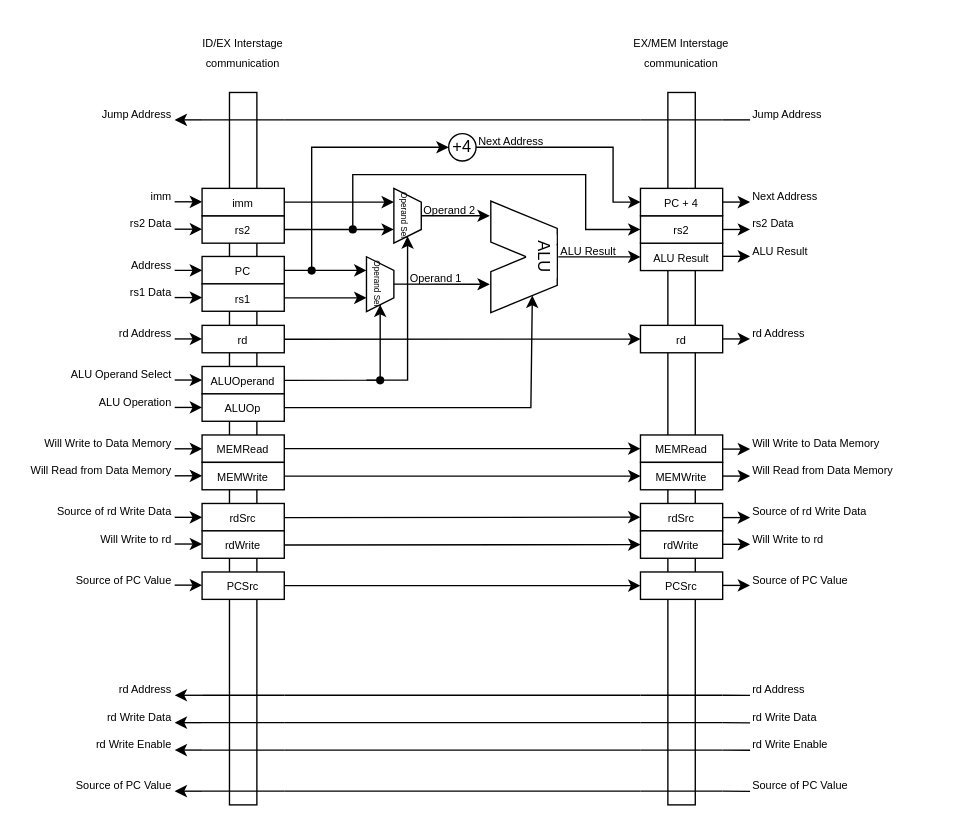
Earlier version of the draw.io diagram page "Execute stage" (4 of 6) of docs/imgs/microarchitecture/datapath.drawio (WachirawichN/C0-CPU). Source tidied: cells renumbered, new cells numbered last; positions are measured from the earlier drawing's top-left corner, leaving out a move shared by most shapes. Both pictures are drawn from the tidied source at 137%, with x=0, y=0 at pixel (23, 23).
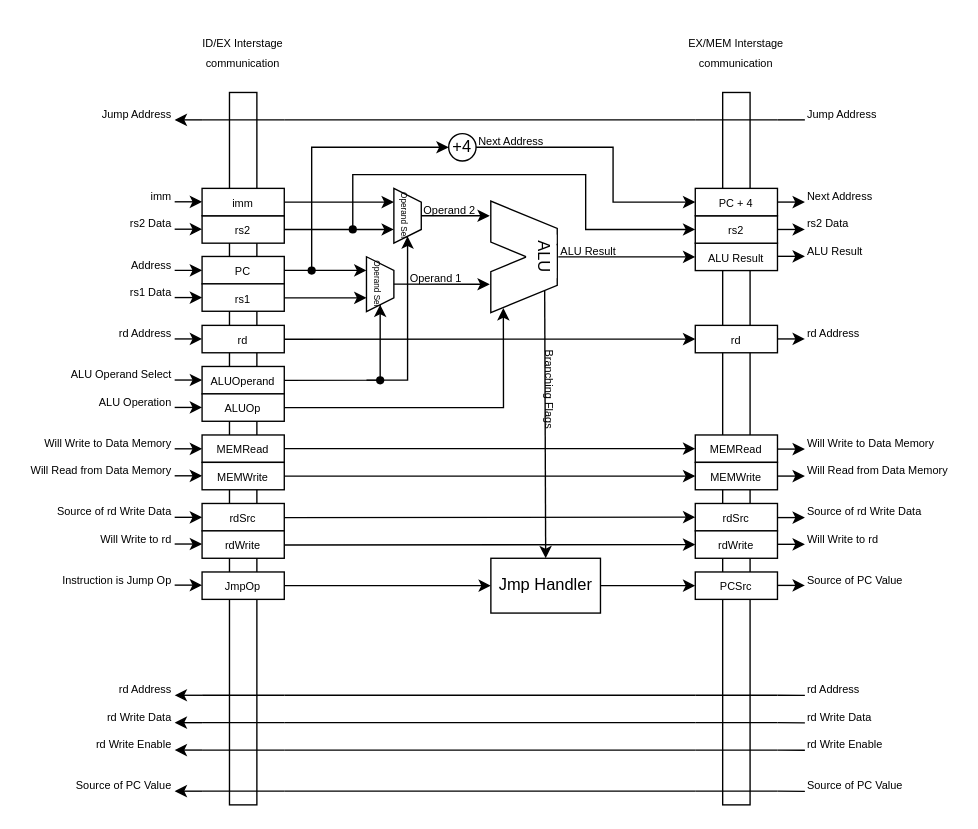
The same page after the edit.

Commit message (it also covers changes not shown here):
Many changes about PCSrc and JmpOp Control Signal

Unchanged cells that the change refers to:
```xml
<mxCell id="17" style="group;" parent="1" vertex="1">
  <mxGeometry x="120" width="80" height="570" as="geometry" />
</mxCell>
<mxCell id="31" value="&lt;font style=&quot;font-size: 8px;&quot;&gt;ALUOp&lt;/font&gt;" style="rounded=0;whiteSpace=wrap;html=1;strokeColor=light-dark(#000000,#FFFFFF);fillColor=light-dark(#FFFFFF,#000000);" parent="17" vertex="1">
  <mxGeometry x="10" y="270" width="60" height="20" as="geometry" />
</mxCell>
<mxCell id="60" style="shape=parallelogram;perimeter=parallelogramPerimeter;whiteSpace=wrap;html=1;fixedSize=1;rotation=-90;flipV=1;fillColor=light-dark(#FFFFFF,#000000);" parent="58" vertex="1">
  <mxGeometry y="31.5" width="50" height="48.5" as="geometry" />
</mxCell>
<mxCell id="133" value="&lt;font style=&quot;font-size: 8px;&quot;&gt;PC + 4&lt;/font&gt;" style="rounded=0;whiteSpace=wrap;html=1;strokeColor=light-dark(#000000,#FFFFFF);fillColor=light-dark(#FFFFFF,#000000);" parent="123" vertex="1">
  <mxGeometry x="10" y="120" width="60" height="20" as="geometry" />
</mxCell>
```

Change to the diagram source:
```diff
@@
-    <mxCell id="36" value="&lt;font style=&quot;font-size: 8px;&quot;&gt;PCSrc&lt;/font&gt;" style="rounded=0;whiteSpace=wrap;html=1;strokeColor=light-dark(#000000,#FFFFFF);fillColor=light-dark(#FFFFFF,#000000);" parent="17" vertex="1">
+    <mxCell id="36" value="&lt;span style=&quot;font-size: 8px;&quot;&gt;JmpOp&lt;/span&gt;" style="rounded=0;whiteSpace=wrap;html=1;strokeColor=light-dark(#000000,#FFFFFF);fillColor=light-dark(#FFFFFF,#000000);" parent="17" vertex="1">
       <mxGeometry x="10" y="400" width="60" height="20" as="geometry" />
     </mxCell>
@@
-    <mxCell id="50" value="&lt;span style=&quot;font-size: 8px;&quot;&gt;Source of PC Value&lt;/span&gt;" style="text;html=1;whiteSpace=wrap;strokeColor=none;fillColor=none;align=right;verticalAlign=middle;rounded=0;" parent="1" vertex="1">
+    <mxCell id="50" value="&lt;span style=&quot;font-size: 8px; text-align: left;&quot;&gt;Instruction is Jump Op&lt;/span&gt;" style="text;html=1;whiteSpace=wrap;strokeColor=none;fillColor=none;align=right;verticalAlign=middle;rounded=0;" parent="1" vertex="1">
       <mxGeometry y="399.8" width="110" height="10" as="geometry" />
     </mxCell>
@@
-    <mxCell id="78" style="endArrow=classic;html=1;rounded=0;exitX=1;exitY=0.5;exitDx=0;exitDy=0;entryX=0;entryY=0.75;entryDx=0;entryDy=0;" parent="1" edge="1" source="31" target="60">
+    <mxCell id="78" style="endArrow=classic;html=1;rounded=0;exitX=1;exitY=0.5;exitDx=0;exitDy=0;entryX=0.068;entryY=0.811;entryDx=0;entryDy=0;entryPerimeter=0;" parent="1" edge="1" source="31" target="60">
       <mxGeometry relative="1" as="geometry">
         <Array as="points">
-          <mxPoint x="370" y="280" />
+          <mxPoint x="350" y="280" />
         </Array>
       </mxGeometry>
     </mxCell>
@@
-    <mxCell id="81" style="endArrow=classic;html=1;rounded=0;entryX=0;entryY=0.5;entryDx=0;entryDy=0;" parent="1" edge="1" target="139">
+    <mxCell id="81" style="endArrow=classic;html=1;rounded=0;entryX=0;entryY=0.5;entryDx=0;entryDy=0;" parent="1" edge="1" target="140">
       <mxGeometry relative="1" as="geometry">
         <mxPoint x="190" y="410" as="sourcePoint" />
       </mxGeometry>
     </mxCell>
@@
     <mxCell id="86" style="endArrow=none;html=1;rounded=0;" parent="1" edge="1">
       <mxGeometry relative="1" as="geometry">
         <mxPoint x="190" y="70" as="sourcePoint" />
-        <mxPoint x="450" y="70" as="targetPoint" />
+        <mxPoint x="490" y="70" as="targetPoint" />
       </mxGeometry>
     </mxCell>
     <mxCell id="87" style="endArrow=none;html=1;rounded=0;" parent="1" edge="1">
       <mxGeometry relative="1" as="geometry">
         <mxPoint x="190" y="490" as="sourcePoint" />
-        <mxPoint x="450" y="490" as="targetPoint" />
+        <mxPoint x="490" y="490" as="targetPoint" />
       </mxGeometry>
     </mxCell>
     <mxCell id="88" style="endArrow=none;html=1;rounded=0;" parent="1" edge="1">
       <mxGeometry relative="1" as="geometry">
         <mxPoint x="190" y="510" as="sourcePoint" />
-        <mxPoint x="450" y="510" as="targetPoint" />
+        <mxPoint x="490" y="510" as="targetPoint" />
       </mxGeometry>
     </mxCell>
     <mxCell id="89" style="endArrow=none;html=1;rounded=0;" parent="1" edge="1">
       <mxGeometry relative="1" as="geometry">
         <mxPoint x="190" y="530" as="sourcePoint" />
-        <mxPoint x="450" y="530" as="targetPoint" />
+        <mxPoint x="490" y="530" as="targetPoint" />
       </mxGeometry>
     </mxCell>
     <mxCell id="90" style="endArrow=none;html=1;rounded=0;" parent="1" edge="1">
       <mxGeometry relative="1" as="geometry">
         <mxPoint x="190" y="560" as="sourcePoint" />
-        <mxPoint x="450" y="560" as="targetPoint" />
+        <mxPoint x="490" y="560" as="targetPoint" />
       </mxGeometry>
     </mxCell>
     <mxCell id="91" style="endArrow=classic;html=1;rounded=0;exitX=1;exitY=0.5;exitDx=0;exitDy=0;" parent="1" edge="1" source="133">
       <mxGeometry relative="1" as="geometry">
-        <mxPoint x="530" y="130" as="targetPoint" />
+        <mxPoint x="570" y="130" as="targetPoint" />
       </mxGeometry>
     </mxCell>
     <mxCell id="92" style="endArrow=classic;html=1;rounded=0;exitX=1;exitY=0.5;exitDx=0;exitDy=0;" parent="1" edge="1">
       <mxGeometry relative="1" as="geometry">
-        <mxPoint x="510" y="150" as="sourcePoint" />
-        <mxPoint x="530" y="150" as="targetPoint" />
+        <mxPoint x="550" y="150" as="sourcePoint" />
+        <mxPoint x="570" y="150" as="targetPoint" />
       </mxGeometry>
     </mxCell>
     <mxCell id="93" style="endArrow=classic;html=1;rounded=0;exitX=1;exitY=0.5;exitDx=0;exitDy=0;" parent="1" edge="1">
       <mxGeometry relative="1" as="geometry">
-        <mxPoint x="510" y="169.6" as="sourcePoint" />
-        <mxPoint x="530" y="169.6" as="targetPoint" />
+        <mxPoint x="550" y="169.6" as="sourcePoint" />
+        <mxPoint x="570" y="169.6" as="targetPoint" />
       </mxGeometry>
     </mxCell>
     <mxCell id="94" style="endArrow=classic;html=1;rounded=0;exitX=1;exitY=0.5;exitDx=0;exitDy=0;" parent="1" edge="1">
       <mxGeometry relative="1" as="geometry">
-        <mxPoint x="510" y="229.9" as="sourcePoint" />
-        <mxPoint x="530" y="229.9" as="targetPoint" />
+        <mxPoint x="550" y="229.9" as="sourcePoint" />
+        <mxPoint x="570" y="229.9" as="targetPoint" />
       </mxGeometry>
     </mxCell>
     <mxCell id="95" value="&lt;font style=&quot;font-size: 8px;&quot;&gt;rd Address&lt;/font&gt;" style="text;html=1;whiteSpace=wrap;strokeColor=none;fillColor=none;align=left;verticalAlign=middle;rounded=0;" parent="1" vertex="1">
-      <mxGeometry x="530" y="480.1" width="60" height="10" as="geometry" />
+      <mxGeometry x="570" y="480.1" width="60" height="10" as="geometry" />
     </mxCell>
     <mxCell id="96" value="&lt;font style=&quot;font-size: 8px;&quot;&gt;rd Write Data&lt;/font&gt;" style="text;html=1;whiteSpace=wrap;strokeColor=none;fillColor=none;align=left;verticalAlign=middle;rounded=0;" parent="1" vertex="1">
-      <mxGeometry x="530" y="500.1" width="50" height="10" as="geometry" />
+      <mxGeometry x="570" y="500.1" width="50" height="10" as="geometry" />
     </mxCell>
     <mxCell id="97" value="&lt;font style=&quot;font-size: 8px;&quot;&gt;rd Write Enable&lt;/font&gt;" style="text;html=1;whiteSpace=wrap;strokeColor=none;fillColor=none;align=left;verticalAlign=middle;rounded=0;" parent="1" vertex="1">
-      <mxGeometry x="530" y="520.1" width="60" height="10" as="geometry" />
+      <mxGeometry x="570" y="520.1" width="60" height="10" as="geometry" />
     </mxCell>
     <mxCell id="98" value="&lt;span style=&quot;font-size: 8px;&quot;&gt;Source of PC Value&lt;/span&gt;" style="text;html=1;whiteSpace=wrap;strokeColor=none;fillColor=none;align=left;verticalAlign=middle;rounded=0;" parent="1" vertex="1">
-      <mxGeometry x="530" y="550.1" width="80" height="10" as="geometry" />
+      <mxGeometry x="570" y="550.1" width="80" height="10" as="geometry" />
     </mxCell>
     <mxCell id="99" style="edgeStyle=orthogonalEdgeStyle;rounded=0;jettySize=auto;html=1;entryX=0;entryY=1;entryDx=0;entryDy=0;" parent="1" edge="1" target="100">
       <mxGeometry relative="1" as="geometry">
-        <mxPoint x="510" y="330" as="sourcePoint" />
+        <mxPoint x="550" y="330" as="sourcePoint" />
       </mxGeometry>
     </mxCell>
     <mxCell id="100" value="&lt;span style=&quot;font-size: 8px;&quot;&gt;Will Read from Data Memory&lt;/span&gt;" style="text;html=1;whiteSpace=wrap;strokeColor=none;fillColor=none;align=left;verticalAlign=middle;rounded=0;" parent="1" vertex="1">
-      <mxGeometry x="530" y="320" width="110" height="10" as="geometry" />
+      <mxGeometry x="570" y="320" width="110" height="10" as="geometry" />
     </mxCell>
     <mxCell id="101" style="edgeStyle=orthogonalEdgeStyle;rounded=0;jettySize=auto;html=1;entryX=0;entryY=1;entryDx=0;entryDy=0;" parent="1" edge="1" target="102">
       <mxGeometry relative="1" as="geometry">
-        <mxPoint x="510" y="310.3" as="sourcePoint" />
+        <mxPoint x="550" y="310.3" as="sourcePoint" />
       </mxGeometry>
     </mxCell>
     <mxCell id="102" value="&lt;font style=&quot;font-size: 8px;&quot;&gt;Will Write to Data Memory&lt;/font&gt;" style="text;html=1;whiteSpace=wrap;strokeColor=none;fillColor=none;align=left;verticalAlign=middle;rounded=0;" parent="1" vertex="1">
-      <mxGeometry x="530" y="300" width="100" height="10" as="geometry" />
+      <mxGeometry x="570" y="300" width="100" height="10" as="geometry" />
     </mxCell>
     <mxCell id="103" style="edgeStyle=orthogonalEdgeStyle;rounded=0;orthogonalLoop=1;jettySize=auto;html=1;entryX=0;entryY=1;entryDx=0;entryDy=0;" parent="1" edge="1">
       <mxGeometry relative="1" as="geometry">
-        <mxPoint x="510" y="360.3" as="sourcePoint" />
-        <mxPoint x="530" y="360.6" as="targetPoint" />
+        <mxPoint x="550" y="360.3" as="sourcePoint" />
+        <mxPoint x="570" y="360.6" as="targetPoint" />
       </mxGeometry>
     </mxCell>
     <mxCell id="104" value="&lt;span style=&quot;font-size: 8px;&quot;&gt;Source of rd Write Data&lt;/span&gt;" style="text;html=1;whiteSpace=wrap;strokeColor=none;fillColor=none;align=left;verticalAlign=middle;rounded=0;" parent="1" vertex="1">
-      <mxGeometry x="530" y="350.3" width="90" height="10" as="geometry" />
+      <mxGeometry x="570" y="350.3" width="90" height="10" as="geometry" />
     </mxCell>
     <mxCell id="105" style="edgeStyle=orthogonalEdgeStyle;rounded=0;orthogonalLoop=1;jettySize=auto;html=1;entryX=0;entryY=1;entryDx=0;entryDy=0;" parent="1" edge="1">
       <mxGeometry relative="1" as="geometry">
-        <mxPoint x="510" y="379.8" as="sourcePoint" />
-        <mxPoint x="530" y="380.1" as="targetPoint" />
+        <mxPoint x="550" y="379.8" as="sourcePoint" />
+        <mxPoint x="570" y="380.1" as="targetPoint" />
       </mxGeometry>
     </mxCell>
     <mxCell id="106" value="&lt;span style=&quot;font-size: 8px;&quot;&gt;Will Write to rd&lt;/span&gt;" style="text;html=1;whiteSpace=wrap;strokeColor=none;fillColor=none;align=left;verticalAlign=middle;rounded=0;" parent="1" vertex="1">
-      <mxGeometry x="530" y="369.8" width="60" height="10" as="geometry" />
+      <mxGeometry x="570" y="369.8" width="60" height="10" as="geometry" />
     </mxCell>
     <mxCell id="107" style="edgeStyle=orthogonalEdgeStyle;rounded=0;orthogonalLoop=1;jettySize=auto;html=1;entryX=0;entryY=1;entryDx=0;entryDy=0;" parent="1" edge="1">
       <mxGeometry relative="1" as="geometry">
-        <mxPoint x="510" y="409.8" as="sourcePoint" />
-        <mxPoint x="530" y="410.1" as="targetPoint" />
+        <mxPoint x="550" y="409.8" as="sourcePoint" />
+        <mxPoint x="570" y="410.1" as="targetPoint" />
       </mxGeometry>
     </mxCell>
     <mxCell id="108" value="&lt;span style=&quot;font-size: 8px;&quot;&gt;Source of PC Value&lt;/span&gt;" style="text;html=1;whiteSpace=wrap;strokeColor=none;fillColor=none;align=left;verticalAlign=middle;rounded=0;" parent="1" vertex="1">
-      <mxGeometry x="530" y="399.8" width="90" height="10" as="geometry" />
+      <mxGeometry x="570" y="399.8" width="90" height="10" as="geometry" />
     </mxCell>
     <mxCell id="109" style="endArrow=none;html=1;rounded=0;" parent="1" edge="1">
       <mxGeometry relative="1" as="geometry">
-        <mxPoint x="510" y="560" as="sourcePoint" />
-        <mxPoint x="530" y="560.1" as="targetPoint" />
+        <mxPoint x="550" y="560" as="sourcePoint" />
+        <mxPoint x="570" y="560.1" as="targetPoint" />
       </mxGeometry>
     </mxCell>
     <mxCell id="110" style="endArrow=none;html=1;rounded=0;" parent="1" edge="1">
       <mxGeometry relative="1" as="geometry">
-        <mxPoint x="510" y="530" as="sourcePoint" />
-        <mxPoint x="530" y="530.1" as="targetPoint" />
+        <mxPoint x="550" y="530" as="sourcePoint" />
+        <mxPoint x="570" y="530.1" as="targetPoint" />
       </mxGeometry>
     </mxCell>
     <mxCell id="111" style="endArrow=none;html=1;rounded=0;" parent="1" edge="1">
       <mxGeometry relative="1" as="geometry">
-        <mxPoint x="510" y="510" as="sourcePoint" />
-        <mxPoint x="530" y="510.1" as="targetPoint" />
+        <mxPoint x="550" y="510" as="sourcePoint" />
+        <mxPoint x="570" y="510.1" as="targetPoint" />
       </mxGeometry>
     </mxCell>
     <mxCell id="112" style="endArrow=none;html=1;rounded=0;" parent="1" edge="1">
       <mxGeometry relative="1" as="geometry">
-        <mxPoint x="510" y="490" as="sourcePoint" />
-        <mxPoint x="530" y="490.1" as="targetPoint" />
+        <mxPoint x="550" y="490" as="sourcePoint" />
+        <mxPoint x="570" y="490.1" as="targetPoint" />
       </mxGeometry>
     </mxCell>
     <mxCell id="113" value="&lt;font style=&quot;font-size: 8px;&quot;&gt;rs2 Data&lt;/font&gt;" style="text;html=1;whiteSpace=wrap;strokeColor=none;fillColor=none;align=left;verticalAlign=middle;rounded=0;" parent="1" vertex="1">
-      <mxGeometry x="530" y="140" width="50" height="10" as="geometry" />
+      <mxGeometry x="570" y="140" width="50" height="10" as="geometry" />
     </mxCell>
     <mxCell id="114" value="&lt;span style=&quot;font-size: 8px;&quot;&gt;rd Address&lt;/span&gt;" style="text;html=1;whiteSpace=wrap;strokeColor=none;fillColor=none;align=left;verticalAlign=middle;rounded=0;" parent="1" vertex="1">
-      <mxGeometry x="530" y="220.1" width="50" height="10" as="geometry" />
+      <mxGeometry x="570" y="220.1" width="50" height="10" as="geometry" />
     </mxCell>
@@
     <mxCell id="118" value="&lt;span style=&quot;font-size: 8px;&quot;&gt;Next Address&lt;/span&gt;" style="text;html=1;whiteSpace=wrap;strokeColor=none;fillColor=none;align=left;verticalAlign=middle;rounded=0;" parent="1" vertex="1">
-      <mxGeometry x="530" y="120" width="50" height="10" as="geometry" />
+      <mxGeometry x="570" y="120" width="50" height="10" as="geometry" />
     </mxCell>
     <mxCell id="119" value="&lt;span style=&quot;font-size: 8px;&quot;&gt;ALU Result&lt;/span&gt;" style="text;html=1;whiteSpace=wrap;strokeColor=none;fillColor=none;align=left;verticalAlign=middle;rounded=0;" parent="1" vertex="1">
-      <mxGeometry x="530" y="159.7" width="50" height="10" as="geometry" />
+      <mxGeometry x="570" y="159.7" width="50" height="10" as="geometry" />
     </mxCell>
@@
     <mxCell id="121" style="endArrow=none;html=1;rounded=0;" parent="1" edge="1">
       <mxGeometry relative="1" as="geometry">
-        <mxPoint x="510" y="70" as="sourcePoint" />
-        <mxPoint x="530" y="70" as="targetPoint" />
+        <mxPoint x="550" y="70" as="sourcePoint" />
+        <mxPoint x="570" y="70" as="targetPoint" />
       </mxGeometry>
     </mxCell>
     <mxCell id="122" value="&lt;span style=&quot;font-size: 8px;&quot;&gt;Jump Address&lt;/span&gt;" style="text;html=1;whiteSpace=wrap;strokeColor=none;fillColor=none;align=left;verticalAlign=middle;rounded=0;" parent="1" vertex="1">
-      <mxGeometry x="530" y="60" width="60" height="10" as="geometry" />
+      <mxGeometry x="570" y="60" width="60" height="10" as="geometry" />
     </mxCell>
     <mxCell id="123" style="group;" parent="1" vertex="1">
-      <mxGeometry x="440" width="80" height="570" as="geometry" />
+      <mxGeometry x="480" width="80" height="570" as="geometry" />
     </mxCell>
@@
-    <mxCell id="139" value="&lt;font style=&quot;font-size: 8px;&quot;&gt;PCSrc&lt;/font&gt;" style="rounded=0;whiteSpace=wrap;html=1;strokeColor=light-dark(#000000,#FFFFFF);fillColor=light-dark(#FFFFFF,#000000);" parent="123" vertex="1">
+    <mxCell id="139" value="&lt;span style=&quot;font-size: 8px;&quot;&gt;PCSrc&lt;/span&gt;" style="rounded=0;whiteSpace=wrap;html=1;strokeColor=light-dark(#000000,#FFFFFF);fillColor=light-dark(#FFFFFF,#000000);" parent="123" vertex="1">
       <mxGeometry x="10" y="400" width="60" height="20" as="geometry" />
     </mxCell>
+    <mxCell id="140" value="Jmp Handler" style="rounded=0;whiteSpace=wrap;html=1;fillColor=light-dark(#FFFFFF,#000000);" parent="1" vertex="1">
+      <mxGeometry x="340.8" y="390" width="80" height="40" as="geometry" />
+    </mxCell>
+    <mxCell id="141" style="endArrow=classic;html=1;rounded=0;exitX=1;exitY=0.5;exitDx=0;exitDy=0;entryX=0;entryY=0.5;entryDx=0;entryDy=0;" parent="1" edge="1" source="140" target="139">
+      <mxGeometry relative="1" as="geometry" />
+    </mxCell>
+    <mxCell id="142" value="&lt;span style=&quot;font-size: 8px;&quot;&gt;Branching Flags&lt;/span&gt;" style="text;html=1;whiteSpace=wrap;strokeColor=none;fillColor=none;align=center;verticalAlign=middle;rounded=0;rotation=90;" parent="1" vertex="1">
+      <mxGeometry x="355" y="262" width="60" height="10" as="geometry" />
+    </mxCell>
+    <mxCell id="143" style="endArrow=classic;html=1;rounded=0;entryX=0.5;entryY=0;entryDx=0;entryDy=0;exitX=0.319;exitY=0.189;exitDx=0;exitDy=0;exitPerimeter=0;" parent="1" edge="1" source="60" target="140">
+      <mxGeometry relative="1" as="geometry" />
+    </mxCell>
```
